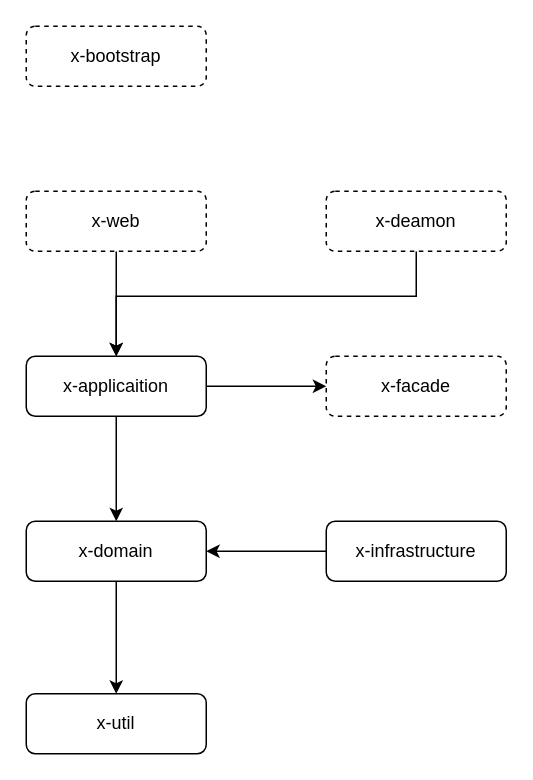
Before: 账务/未命名绘图.drawio in remind/doanything-docs, a draw.io diagram. Source tidied: cells renumbered, new cells numbered last; positions are measured from the earlier drawing's top-left corner, leaving out a move shared by most shapes. Both pictures are drawn from the tidied source at 150%, with x=0, y=0 at pixel (26, 26).
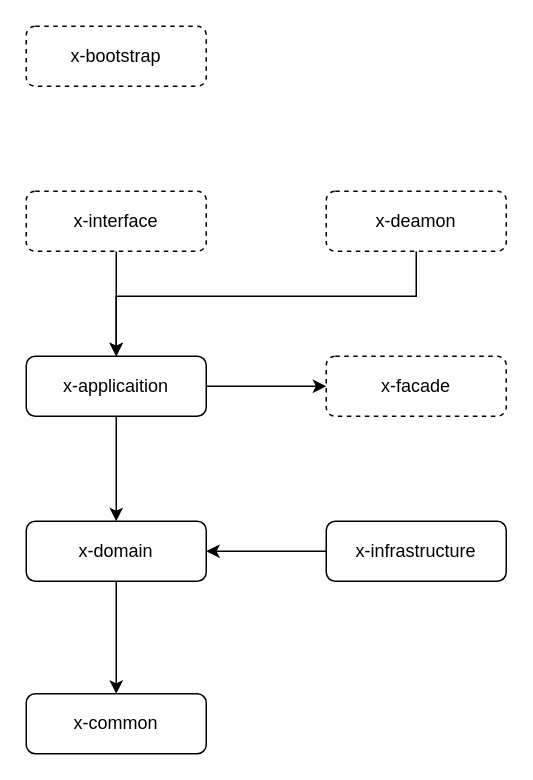
Above is the later version.

Commit message:
更新未命名绘图.drawio

Diff of the diagram source:
```diff
@@
 <mxGraphModel>
   <root>
     <mxCell id="0" />
     <mxCell id="1" parent="0" />
-    <mxCell id="2" value="x-util" style="rounded=1;whiteSpace=wrap;html=1;fontSize=12;glass=0;strokeWidth=1;shadow=0;" parent="1" vertex="1">
+    <mxCell id="2" value="x-common" style="rounded=1;whiteSpace=wrap;html=1;fontSize=12;glass=0;strokeWidth=1;shadow=0;" parent="1" vertex="1">
       <mxGeometry y="445" width="120" height="40" as="geometry" />
     </mxCell>
     <mxCell id="3" style="edgeStyle=orthogonalEdgeStyle;rounded=0;jettySize=auto;html=1;entryX=0.5;entryY=0;entryDx=0;entryDy=0;" parent="1" edge="1" source="4" target="2">
       <mxGeometry relative="1" as="geometry" />
     </mxCell>
     <mxCell id="4" value="x-domain" style="rounded=1;whiteSpace=wrap;html=1;fontSize=12;glass=0;strokeWidth=1;shadow=0;" parent="1" vertex="1">
       <mxGeometry y="330" width="120" height="40" as="geometry" />
     </mxCell>
     <mxCell id="5" style="edgeStyle=orthogonalEdgeStyle;rounded=0;jettySize=auto;html=1;entryX=1;entryY=0.5;entryDx=0;entryDy=0;" parent="1" edge="1" source="6" target="4">
       <mxGeometry relative="1" as="geometry" />
     </mxCell>
     <mxCell id="6" value="x-infrastructure" style="rounded=1;whiteSpace=wrap;html=1;fontSize=12;glass=0;strokeWidth=1;shadow=0;" parent="1" vertex="1">
       <mxGeometry x="200" y="330" width="120" height="40" as="geometry" />
     </mxCell>
     <mxCell id="7" style="edgeStyle=orthogonalEdgeStyle;rounded=0;jettySize=auto;html=1;entryX=0.5;entryY=0;entryDx=0;entryDy=0;" parent="1" edge="1" source="9" target="4">
       <mxGeometry relative="1" as="geometry" />
     </mxCell>
     <mxCell id="8" style="edgeStyle=orthogonalEdgeStyle;rounded=0;jettySize=auto;html=1;entryX=0;entryY=0.5;entryDx=0;entryDy=0;" parent="1" edge="1" source="9" target="10">
       <mxGeometry relative="1" as="geometry" />
     </mxCell>
     <mxCell id="9" value="x-applicaition" style="rounded=1;whiteSpace=wrap;html=1;fontSize=12;glass=0;strokeWidth=1;shadow=0;" parent="1" vertex="1">
       <mxGeometry y="220" width="120" height="40" as="geometry" />
     </mxCell>
     <mxCell id="10" value="x-facade" style="rounded=1;whiteSpace=wrap;html=1;fontSize=12;glass=0;strokeWidth=1;shadow=0;dashed=1;" parent="1" vertex="1">
       <mxGeometry x="200" y="220" width="120" height="40" as="geometry" />
     </mxCell>
     <mxCell id="11" style="edgeStyle=orthogonalEdgeStyle;rounded=0;jettySize=auto;html=1;" parent="1" edge="1" source="12" target="9">
       <mxGeometry relative="1" as="geometry" />
     </mxCell>
-    <mxCell id="12" value="x-web" style="rounded=1;whiteSpace=wrap;html=1;fontSize=12;glass=0;strokeWidth=1;shadow=0;dashed=1;" parent="1" vertex="1">
+    <mxCell id="12" value="x-interface" style="rounded=1;whiteSpace=wrap;html=1;fontSize=12;glass=0;strokeWidth=1;shadow=0;dashed=1;" parent="1" vertex="1">
       <mxGeometry y="110" width="120" height="40" as="geometry" />
     </mxCell>
     <mxCell id="13" style="edgeStyle=orthogonalEdgeStyle;rounded=0;jettySize=auto;html=1;entryX=0.5;entryY=0;entryDx=0;entryDy=0;" parent="1" edge="1" source="14" target="9">
       <mxGeometry relative="1" as="geometry">
         <Array as="points">
           <mxPoint x="260" y="180" />
           <mxPoint x="60" y="180" />
         </Array>
       </mxGeometry>
     </mxCell>
     <mxCell id="14" value="x-deamon" style="rounded=1;whiteSpace=wrap;html=1;fontSize=12;glass=0;strokeWidth=1;shadow=0;dashed=1;" parent="1" vertex="1">
       <mxGeometry x="200" y="110" width="120" height="40" as="geometry" />
     </mxCell>
     <mxCell id="15" value="x-bootstrap" style="rounded=1;whiteSpace=wrap;html=1;fontSize=12;glass=0;strokeWidth=1;shadow=0;dashed=1;" parent="1" vertex="1">
       <mxGeometry width="120" height="40" as="geometry" />
     </mxCell>
   </root>
 </mxGraphModel>
```
